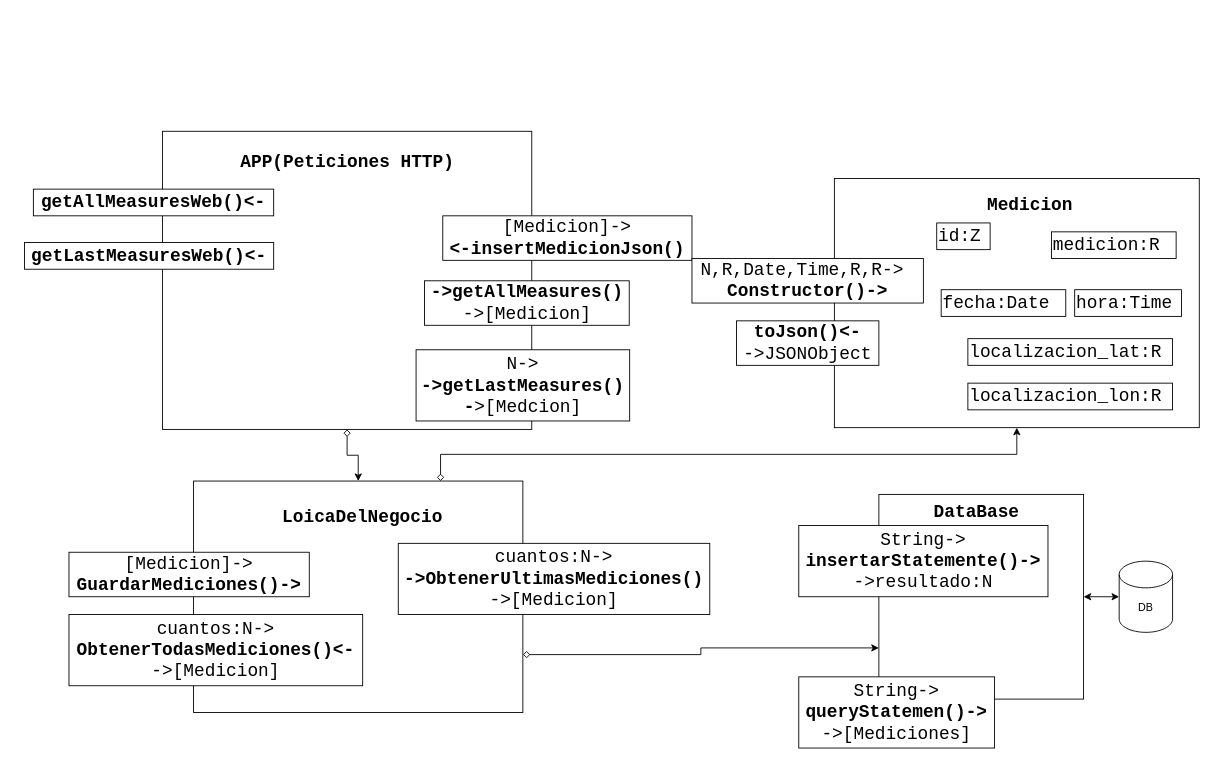
The draw.io diagram page "General" (1 of 5) of doc/Diseño/webFlask.drawio in 3-GTI-ProyectoMedioAmbiente/WebAngleCorp, before the edit. Source tidied: cells renumbered, new cells numbered last; positions are measured from the earlier drawing's top-left corner, leaving out a move shared by most shapes. Both pictures are drawn from the tidied source at 89%, with x=0, y=0 at pixel (24, 131).
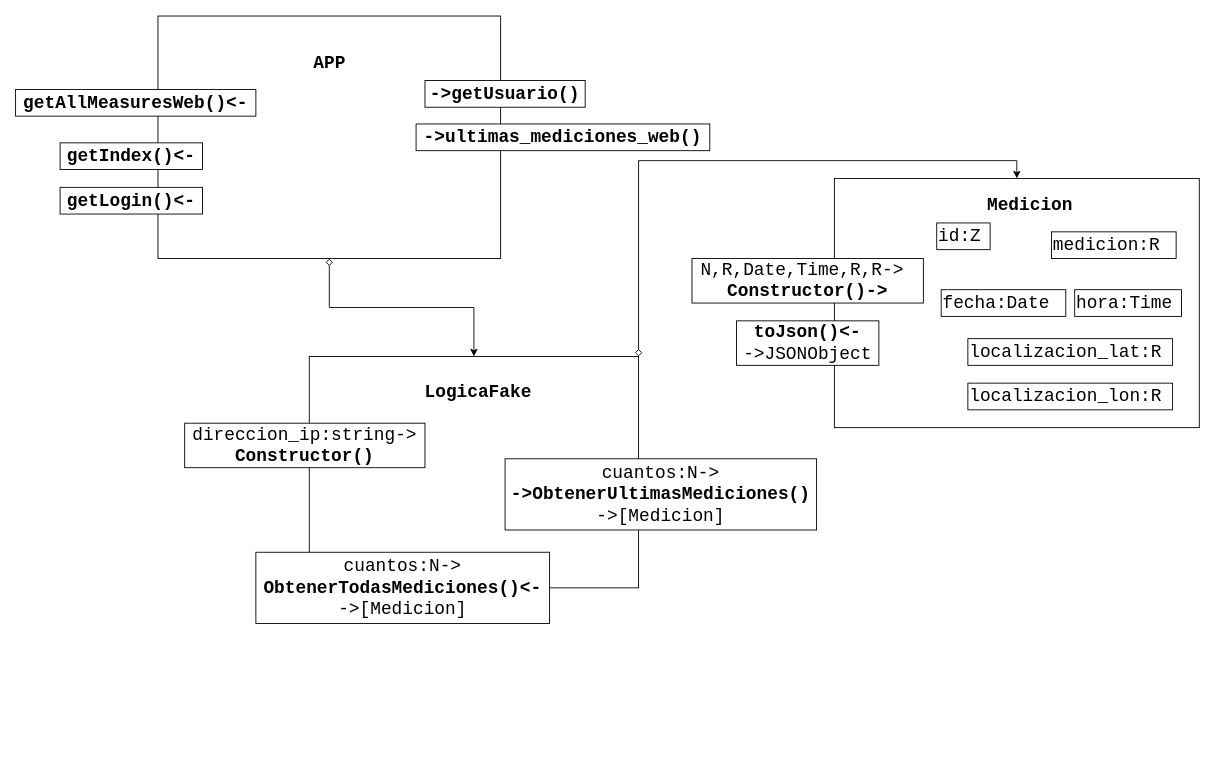
The same page after the edit.

The change refers to these unchanged cells:
```xml
<mxCell id="10" style="rounded=0;whiteSpace=wrap;html=1;" parent="1" vertex="1">
  <mxGeometry x="910" y="53" width="410" height="280" as="geometry" />
</mxCell>
```

The edit, as a diff of the source:
```diff
@@
-    <mxCell id="2" style="edgeStyle=orthogonalEdgeStyle;rounded=0;jettySize=auto;html=1;exitX=0.5;exitY=1;exitDx=0;exitDy=0;entryX=0.5;entryY=0;entryDx=0;entryDy=0;startArrow=diamond;startFill=0;" parent="1" edge="1" source="3" target="22">
+    <mxCell id="2" style="edgeStyle=orthogonalEdgeStyle;rounded=0;jettySize=auto;html=1;exitX=0.5;exitY=1;exitDx=0;exitDy=0;entryX=0.5;entryY=0;entryDx=0;entryDy=0;startArrow=diamond;startFill=0;" parent="1" edge="1" source="37" target="33">
       <mxGeometry relative="1" as="geometry" />
     </mxCell>
-    <mxCell id="3" style="rounded=0;whiteSpace=wrap;html=1;" parent="1" vertex="1">
-      <mxGeometry x="155" width="415" height="335" as="geometry" />
-    </mxCell>
-    <mxCell id="4" value="APP(Peticiones HTTP)" style="text;html=1;strokeColor=none;fillColor=none;align=center;verticalAlign=middle;whiteSpace=wrap;rounded=0;fontStyle=1;fontFamily=Courier New;fontSize=20;" parent="1" vertex="1">
-      <mxGeometry x="238.8" y="25" width="247.5" height="20" as="geometry" />
-    </mxCell>
-    <mxCell id="5" value="[Medicion]-&amp;gt;&lt;br&gt;&lt;b&gt;&amp;lt;-insertMedicionJson()&lt;/b&gt;" style="rounded=0;whiteSpace=wrap;html=1;fontFamily=Courier New;fontSize=20;align=center;fontStyle=0;" parent="1" vertex="1">
-      <mxGeometry x="470" y="95" width="280" height="50" as="geometry" />
-    </mxCell>
-    <mxCell id="6" value="&lt;b&gt;-&amp;gt;getAllMeasures()&lt;br&gt;&lt;/b&gt;-&amp;gt;[Medicion]" style="rounded=0;whiteSpace=wrap;html=1;fontFamily=Courier New;fontSize=20;align=center;fontStyle=0;" parent="1" vertex="1">
-      <mxGeometry x="449.5" y="168" width="230" height="50" as="geometry" />
-    </mxCell>
-    <mxCell id="7" value="N-&amp;gt;&lt;br&gt;&lt;b&gt;-&amp;gt;getLastMeasures()&lt;/b&gt;&lt;br&gt;&lt;b&gt;-&lt;/b&gt;&amp;gt;[Medcion]" style="rounded=0;whiteSpace=wrap;html=1;fontFamily=Courier New;fontSize=20;align=center;fontStyle=0;" parent="1" vertex="1">
-      <mxGeometry x="440" y="245.5" width="240" height="80" as="geometry" />
-    </mxCell>
-    <mxCell id="8" value="&lt;b&gt;getAllMeasuresWeb()&amp;lt;-&lt;/b&gt;" style="rounded=0;whiteSpace=wrap;html=1;fontFamily=Courier New;fontSize=20;align=center;fontStyle=0;" parent="1" vertex="1">
-      <mxGeometry x="10" y="65" width="270" height="30" as="geometry" />
-    </mxCell>
-    <mxCell id="9" value="&lt;b&gt;getLastMeasuresWeb()&amp;lt;-&lt;/b&gt;" style="rounded=0;whiteSpace=wrap;html=1;fontFamily=Courier New;fontSize=20;align=center;fontStyle=0;" parent="1" vertex="1">
-      <mxGeometry y="125" width="280" height="30" as="geometry" />
-    </mxCell>
@@
-    <mxCell id="20" style="edgeStyle=orthogonalEdgeStyle;rounded=0;jettySize=auto;html=1;exitX=0.75;exitY=0;exitDx=0;exitDy=0;entryX=0.5;entryY=1;entryDx=0;entryDy=0;startArrow=diamond;startFill=0;" parent="1" edge="1" source="22" target="10">
-      <mxGeometry relative="1" as="geometry" />
-    </mxCell>
-    <mxCell id="21" style="edgeStyle=orthogonalEdgeStyle;rounded=0;jettySize=auto;html=1;exitX=1;exitY=0.75;exitDx=0;exitDy=0;entryX=0;entryY=0.75;entryDx=0;entryDy=0;startArrow=diamond;startFill=0;" parent="1" edge="1" source="22" target="29">
-      <mxGeometry relative="1" as="geometry">
-        <Array as="points">
-          <mxPoint x="760" y="588" />
-          <mxPoint x="760" y="580" />
-        </Array>
-      </mxGeometry>
-    </mxCell>
-    <mxCell id="22" style="rounded=0;whiteSpace=wrap;html=1;" parent="1" vertex="1">
-      <mxGeometry x="190" y="393" width="370" height="260" as="geometry" />
-    </mxCell>
-    <mxCell id="23" value="LoicaDelNegocio" style="text;html=1;strokeColor=none;fillColor=none;align=center;verticalAlign=middle;whiteSpace=wrap;rounded=0;fontStyle=1;fontFamily=Courier New;fontSize=20;" parent="1" vertex="1">
-      <mxGeometry x="300" y="423" width="160" height="20" as="geometry" />
-    </mxCell>
+    <mxCell id="33" style="rounded=0;whiteSpace=wrap;html=1;" parent="1" vertex="1">
+      <mxGeometry x="320" y="253" width="370" height="260" as="geometry" />
+    </mxCell>
+    <mxCell id="34" value="LogicaFake" style="text;html=1;strokeColor=none;fillColor=none;align=center;verticalAlign=middle;whiteSpace=wrap;rounded=0;fontStyle=1;fontFamily=Courier New;fontSize=20;" parent="1" vertex="1">
+      <mxGeometry x="430" y="283" width="160" height="20" as="geometry" />
+    </mxCell>
     <mxCell id="24" value="cuantos:N-&amp;gt;&lt;br&gt;&lt;b&gt;ObtenerTodasMediciones()&amp;lt;-&lt;/b&gt;&lt;br&gt;-&amp;gt;[Medicion]" style="rounded=0;whiteSpace=wrap;html=1;fontFamily=Courier New;fontSize=20;align=center;fontStyle=0;" parent="1" vertex="1">
-      <mxGeometry x="50" y="543" width="330" height="80" as="geometry" />
+      <mxGeometry x="260" y="473" width="330" height="80" as="geometry" />
     </mxCell>
     <mxCell id="25" value="cuantos:N-&amp;gt;&lt;br&gt;&lt;b&gt;-&amp;gt;ObtenerUltimasMediciones()&lt;/b&gt;&lt;br&gt;-&amp;gt;[Medicion]" style="rounded=0;whiteSpace=wrap;html=1;fontFamily=Courier New;fontSize=20;align=center;fontStyle=0;" parent="1" vertex="1">
-      <mxGeometry x="420" y="463" width="350" height="80" as="geometry" />
+      <mxGeometry x="540" y="368" width="350" height="80" as="geometry" />
     </mxCell>
-    <mxCell id="26" value="[Medicion]-&amp;gt;&lt;br&gt;&lt;b&gt;GuardarMediciones()-&amp;gt;&lt;/b&gt;" style="rounded=0;whiteSpace=wrap;html=1;fontFamily=Courier New;fontSize=20;align=center;fontStyle=0;" parent="1" vertex="1">
-      <mxGeometry x="50" y="473" width="270" height="50" as="geometry" />
-    </mxCell>
-    <mxCell id="27" value="DB" style="shape=cylinder3;whiteSpace=wrap;html=1;boundedLbl=1;backgroundOutline=1;size=15;" parent="1" vertex="1">
-      <mxGeometry x="1230" y="483" width="60" height="80" as="geometry" />
-    </mxCell>
-    <mxCell id="28" style="edgeStyle=orthogonalEdgeStyle;rounded=0;jettySize=auto;html=1;exitX=1;exitY=0.5;exitDx=0;exitDy=0;entryX=0;entryY=0.5;entryDx=0;entryDy=0;entryPerimeter=0;startArrow=classic;startFill=1;" parent="1" edge="1" source="29" target="27">
-      <mxGeometry relative="1" as="geometry" />
-    </mxCell>
-    <mxCell id="29" style="rounded=0;whiteSpace=wrap;html=1;" parent="1" vertex="1">
-      <mxGeometry x="960" y="408" width="230" height="230" as="geometry" />
-    </mxCell>
-    <mxCell id="30" value="DataBase" style="text;html=1;strokeColor=none;fillColor=none;align=center;verticalAlign=middle;whiteSpace=wrap;rounded=0;fontStyle=1;fontFamily=Courier New;fontSize=20;" parent="1" vertex="1">
-      <mxGeometry x="990" y="418" width="160" height="20" as="geometry" />
-    </mxCell>
-    <mxCell id="31" value="String-&amp;gt;&lt;br&gt;&lt;b&gt;insertarStatemente()-&amp;gt;&lt;/b&gt;&lt;br&gt;-&amp;gt;resultado:N" style="rounded=0;whiteSpace=wrap;html=1;fontFamily=Courier New;fontSize=20;align=center;fontStyle=0;" parent="1" vertex="1">
-      <mxGeometry x="870" y="443" width="280" height="80" as="geometry" />
-    </mxCell>
-    <mxCell id="32" value="String-&amp;gt;&lt;br&gt;&lt;b&gt;queryStatemen()-&amp;gt;&lt;/b&gt;&lt;br&gt;-&amp;gt;[Mediciones]" style="rounded=0;whiteSpace=wrap;html=1;fontFamily=Courier New;fontSize=20;align=center;fontStyle=0;" parent="1" vertex="1">
-      <mxGeometry x="870" y="613" width="220" height="80" as="geometry" />
-    </mxCell>
+    <mxCell id="35" value="direccion_ip:string-&amp;gt;&lt;br&gt;&lt;b&gt;Constructor()&lt;/b&gt;" style="rounded=0;whiteSpace=wrap;html=1;fontFamily=Courier New;fontSize=20;align=center;fontStyle=0;" parent="1" vertex="1">
+      <mxGeometry x="180" y="328" width="270" height="50" as="geometry" />
+    </mxCell>
+    <mxCell id="36" style="edgeStyle=orthogonalEdgeStyle;rounded=0;jettySize=auto;html=1;exitX=1;exitY=0;exitDx=0;exitDy=0;entryX=0.5;entryY=0;entryDx=0;entryDy=0;startArrow=diamond;startFill=0;" parent="1" edge="1" source="33" target="10">
+      <mxGeometry relative="1" as="geometry" />
+    </mxCell>
+    <mxCell id="37" style="rounded=0;whiteSpace=wrap;html=1;" parent="1" vertex="1">
+      <mxGeometry x="150" y="-129.5" width="385" height="272.5" as="geometry" />
+    </mxCell>
+    <mxCell id="38" value="APP" style="text;html=1;strokeColor=none;fillColor=none;align=center;verticalAlign=middle;whiteSpace=wrap;rounded=0;fontStyle=1;fontFamily=Courier New;fontSize=20;" parent="1" vertex="1">
+      <mxGeometry x="218.8" y="-87" width="247.5" height="20" as="geometry" />
+    </mxCell>
+    <mxCell id="8" value="&lt;b&gt;getAllMeasuresWeb()&amp;lt;-&lt;/b&gt;" style="rounded=0;whiteSpace=wrap;html=1;fontFamily=Courier New;fontSize=20;align=center;fontStyle=0;" parent="1" vertex="1">
+      <mxGeometry x="-10" y="-47" width="270" height="30" as="geometry" />
+    </mxCell>
+    <mxCell id="39" value="&lt;b&gt;getIndex()&amp;lt;-&lt;/b&gt;" style="rounded=0;whiteSpace=wrap;html=1;fontFamily=Courier New;fontSize=20;align=center;fontStyle=0;" parent="1" vertex="1">
+      <mxGeometry x="40" y="13" width="160" height="30" as="geometry" />
+    </mxCell>
+    <mxCell id="40" value="&lt;b&gt;getLogin()&amp;lt;-&lt;/b&gt;" style="rounded=0;whiteSpace=wrap;html=1;fontFamily=Courier New;fontSize=20;align=center;fontStyle=0;" parent="1" vertex="1">
+      <mxGeometry x="40" y="63" width="160" height="30" as="geometry" />
+    </mxCell>
+    <mxCell id="41" value="&lt;b&gt;-&amp;gt;getUsuario()&lt;/b&gt;" style="rounded=0;whiteSpace=wrap;html=1;fontFamily=Courier New;fontSize=20;align=center;fontStyle=0;" parent="1" vertex="1">
+      <mxGeometry x="450" y="-57" width="180" height="30" as="geometry" />
+    </mxCell>
+    <mxCell id="42" value="&lt;b&gt;-&amp;gt;ultimas_mediciones_web()&lt;/b&gt;" style="rounded=0;whiteSpace=wrap;html=1;fontFamily=Courier New;fontSize=20;align=center;fontStyle=0;" parent="1" vertex="1">
+      <mxGeometry x="440" y="-8.2" width="330" height="30" as="geometry" />
+    </mxCell>
```
